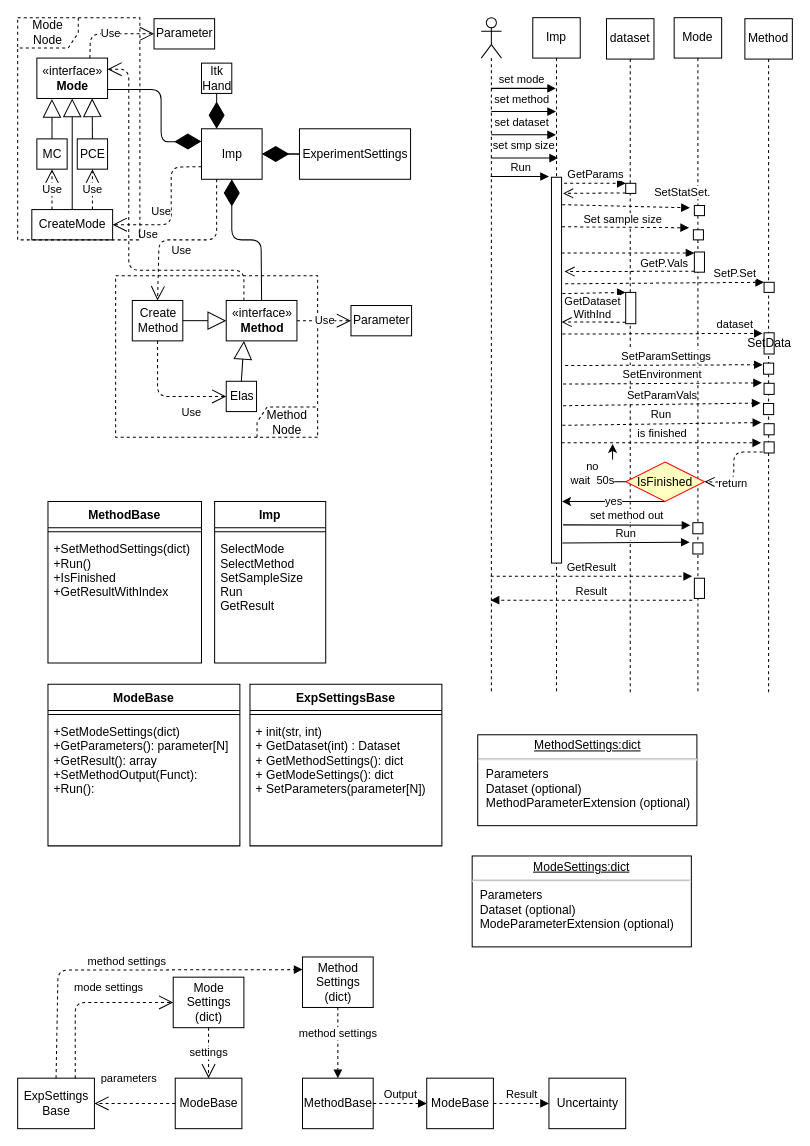
Earlier version of the draw.io diagram page "Uncertainix" (1 of 4) of Documents/Uncertainix.drawio (gokhangg/Uncertainix). Source tidied: cells renumbered, new cells numbered last; positions are measured from the earlier drawing's top-left corner, leaving out a move shared by most shapes. Both pictures are drawn from the tidied source at 101%, with x=0, y=0 at pixel (17, 17).
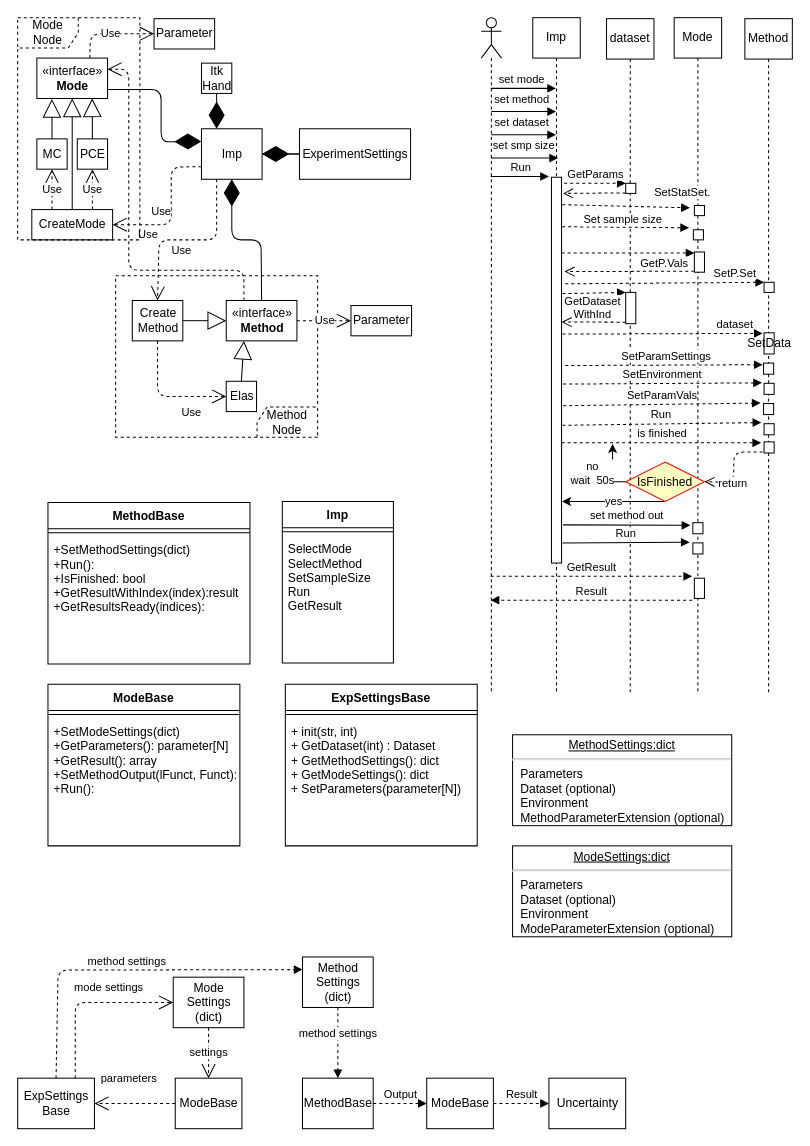
The same diagram, later.

The change refers to these unchanged cells:
```xml
<mxCell id="100" value="ModeBase" style="swimlane;fontStyle=1;align=center;verticalAlign=top;horizontal=1;startSize=26;" parent="1" vertex="1">
  <mxGeometry x="30" y="660" width="190" height="160" as="geometry" />
</mxCell>
```

The edit, as a diff of the source:
```diff
@@
-    <mxCell id="90" value="&lt;p style=&quot;margin: 0px ; margin-top: 4px ; text-align: center ; text-decoration: underline&quot;&gt;MethodSettings:dict&lt;br&gt;&lt;/p&gt;&lt;hr&gt;&lt;p style=&quot;margin: 0px ; margin-left: 8px&quot;&gt;Parameters&lt;br&gt;Dataset (optional)&lt;br&gt;MethodParameterExtension (optional)&lt;/p&gt;" style="verticalAlign=top;align=left;overflow=fill;fontSize=12;fontFamily=Helvetica;html=1;" parent="1" vertex="1">
-      <mxGeometry x="455.5" y="710" width="217" height="90" as="geometry" />
+    <mxCell id="90" value="&lt;p style=&quot;margin: 0px ; margin-top: 4px ; text-align: center ; text-decoration: underline&quot;&gt;MethodSettings:dict&lt;br&gt;&lt;/p&gt;&lt;hr&gt;&lt;p style=&quot;margin: 0px ; margin-left: 8px&quot;&gt;Parameters&lt;br&gt;Dataset (optional)&lt;/p&gt;&lt;p style=&quot;margin: 0px ; margin-left: 8px&quot;&gt;Environment&lt;br&gt;MethodParameterExtension (optional)&lt;/p&gt;" style="verticalAlign=top;align=left;overflow=fill;fontSize=12;fontFamily=Helvetica;html=1;" parent="1" vertex="1">
+      <mxGeometry x="490" y="710" width="217" height="90" as="geometry" />
     </mxCell>
@@
     <mxCell id="94" value="MethodBase" style="swimlane;fontStyle=1;align=center;verticalAlign=top;horizontal=1;startSize=26;" parent="1" vertex="1">
-      <mxGeometry x="30" y="479" width="152" height="160" as="geometry" />
+      <mxGeometry x="30" y="480" width="200" height="160" as="geometry" />
     </mxCell>
     <mxCell id="95" style="line;strokeWidth=1;fillColor=none;align=left;verticalAlign=middle;spacingTop=-1;spacingLeft=3;spacingRight=3;labelPosition=right;" parent="94" vertex="1">
-      <mxGeometry y="26" width="152" height="8" as="geometry" />
+      <mxGeometry y="26" width="200" height="8" as="geometry" />
     </mxCell>
-    <mxCell id="96" value="+SetMethodSettings(dict)&#10;+Run()&#10;+IsFinished&#10;+GetResultWithIndex" style="text;strokeColor=none;fillColor=none;align=left;verticalAlign=top;spacingLeft=4;spacingRight=4;overflow=hidden;" parent="94" vertex="1">
-      <mxGeometry y="34" width="152" height="126" as="geometry" />
+    <mxCell id="96" value="+SetMethodSettings(dict)&#10;+Run():&#10;+IsFinished: bool&#10;+GetResultWithIndex(index):result&#10;+GetResultsReady(indices):" style="text;strokeColor=none;fillColor=none;align=left;verticalAlign=top;spacingLeft=4;spacingRight=4;overflow=hidden;" parent="94" vertex="1">
+      <mxGeometry y="34" width="200" height="126" as="geometry" />
     </mxCell>
     <mxCell id="97" value="Imp" style="swimlane;fontStyle=1;align=center;verticalAlign=top;horizontal=1;startSize=26;" parent="1" vertex="1">
-      <mxGeometry x="195" y="479" width="110" height="160" as="geometry" />
+      <mxGeometry x="262" y="479" width="110" height="160" as="geometry" />
     </mxCell>
@@
-    <mxCell id="102" value="+SetModeSettings(dict)&#10;+GetParameters(): parameter[N]&#10;+GetResult(): array&#10;+SetMethodOutput(Funct):&#10;+Run():" style="text;strokeColor=none;fillColor=none;align=left;verticalAlign=top;spacingLeft=4;spacingRight=4;overflow=hidden;" parent="100" vertex="1">
+    <mxCell id="102" value="+SetModeSettings(dict)&#10;+GetParameters(): parameter[N]&#10;+GetResult(): array&#10;+SetMethodOutput(lFunct, Funct):&#10;+Run():" style="text;strokeColor=none;fillColor=none;align=left;verticalAlign=top;spacingLeft=4;spacingRight=4;overflow=hidden;" parent="100" vertex="1">
       <mxGeometry y="34" width="190" height="126" as="geometry" />
     </mxCell>
-    <mxCell id="103" value="&lt;p style=&quot;margin: 0px ; margin-top: 4px ; text-align: center ; text-decoration: underline&quot;&gt;ModeSettings:dict&lt;br&gt;&lt;/p&gt;&lt;hr&gt;&lt;p style=&quot;margin: 0px ; margin-left: 8px&quot;&gt;Parameters&lt;br&gt;Dataset (optional)&lt;br&gt;ModeParameterExtension (optional)&lt;/p&gt;" style="verticalAlign=top;align=left;overflow=fill;fontSize=12;fontFamily=Helvetica;html=1;" parent="1" vertex="1">
-      <mxGeometry x="450" y="830" width="217" height="90" as="geometry" />
+    <mxCell id="103" value="&lt;p style=&quot;margin: 0px ; margin-top: 4px ; text-align: center ; text-decoration: underline&quot;&gt;ModeSettings:dict&lt;br&gt;&lt;/p&gt;&lt;hr&gt;&lt;p style=&quot;margin: 0px ; margin-left: 8px&quot;&gt;Parameters&lt;br&gt;Dataset (optional)&lt;/p&gt;&lt;p style=&quot;margin: 0px ; margin-left: 8px&quot;&gt;Environment&lt;br&gt;ModeParameterExtension (optional)&lt;/p&gt;" style="verticalAlign=top;align=left;overflow=fill;fontSize=12;fontFamily=Helvetica;html=1;" parent="1" vertex="1">
+      <mxGeometry x="490" y="820" width="217" height="90" as="geometry" />
     </mxCell>
@@
     <mxCell id="108" value="ExpSettingsBase" style="swimlane;fontStyle=1;align=center;verticalAlign=top;horizontal=1;startSize=26;" parent="1" vertex="1">
-      <mxGeometry x="230" y="660" width="190" height="160" as="geometry" />
+      <mxGeometry x="265" y="660" width="190" height="160" as="geometry" />
     </mxCell>
```
